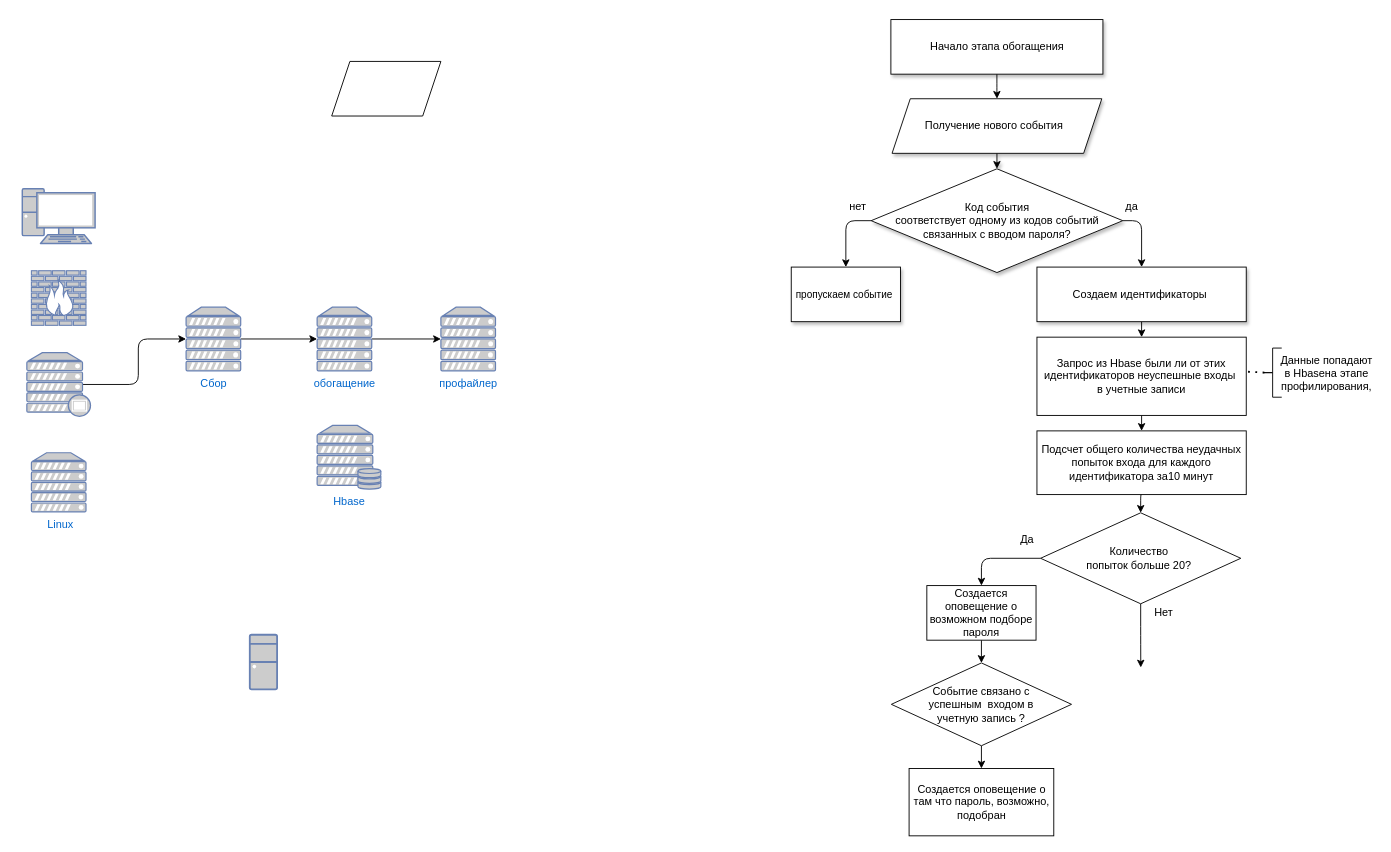
Before: page "Page-1" (1 of 3) of contrib/Untitled Diagram.drawio in zydyka/sigma, a draw.io diagram. Source tidied: cells renumbered, new cells numbered last; positions are measured from the earlier drawing's top-left corner, leaving out a move shared by most shapes. Both pictures are drawn from the tidied source at 91%, with x=0, y=0 at pixel (22, 19).
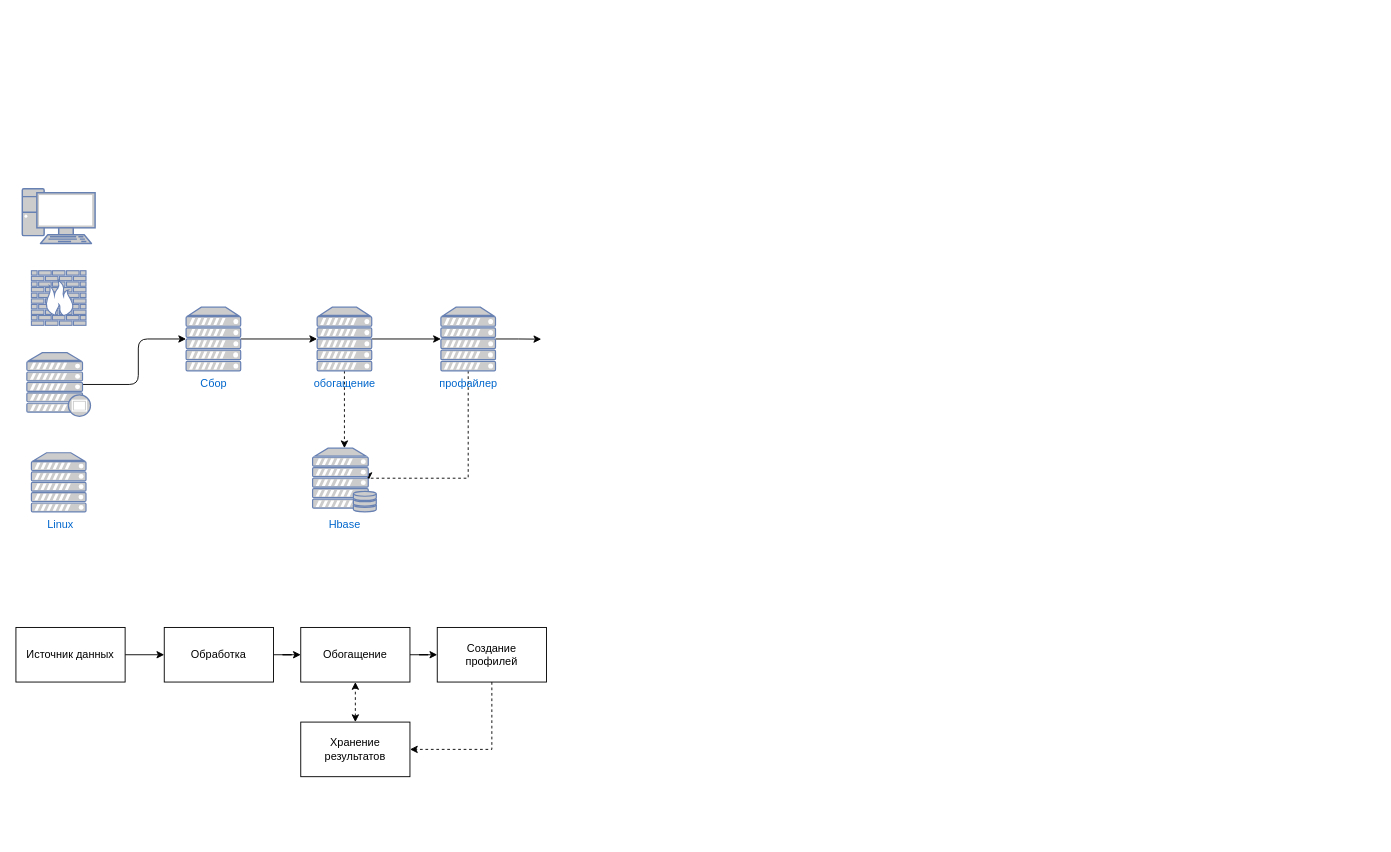
Above is the later version.

Unchanged cells that the change refers to:
```xml
<mxCell id="11" value="обогащение" style="fontColor=#0066CC;verticalAlign=top;verticalLabelPosition=bottom;labelPosition=center;align=center;html=1;outlineConnect=0;fillColor=#CCCCCC;strokeColor=#6881B3;gradientColor=none;gradientDirection=north;strokeWidth=2;shape=mxgraph.networks.server;" parent="1" vertex="1">
  <mxGeometry x="324" y="316" width="60" height="70" as="geometry" />
</mxCell>
<mxCell id="12" value="профайлер" style="fontColor=#0066CC;verticalAlign=top;verticalLabelPosition=bottom;labelPosition=center;align=center;html=1;outlineConnect=0;fillColor=#CCCCCC;strokeColor=#6881B3;gradientColor=none;gradientDirection=north;strokeWidth=2;shape=mxgraph.networks.server;" parent="1" vertex="1">
  <mxGeometry x="460" y="316" width="60" height="70" as="geometry" />
</mxCell>
```

What changed in the source:
```diff
@@
-    <mxCell id="8" style="fontColor=#0066CC;verticalAlign=top;verticalLabelPosition=bottom;labelPosition=center;align=center;html=1;fillColor=#CCCCCC;strokeColor=#6881B3;gradientColor=none;gradientDirection=north;strokeWidth=2;shape=mxgraph.networks.desktop_pc;" parent="1" vertex="1">
-      <mxGeometry x="250" y="676" width="30" height="60" as="geometry" />
-    </mxCell>
@@
+    <mxCell id="45" style="edgeStyle=orthogonalEdgeStyle;rounded=0;comic=0;sketch=0;jettySize=auto;html=1;exitX=0.5;exitY=1;exitDx=0;exitDy=0;exitPerimeter=0;shadow=0;dashed=1;" parent="1" edge="1" source="11" target="13">
+      <mxGeometry relative="1" as="geometry" />
+    </mxCell>
@@
+    <mxCell id="46" style="edgeStyle=orthogonalEdgeStyle;rounded=0;comic=0;sketch=0;jettySize=auto;html=1;exitX=1;exitY=0.5;exitDx=0;exitDy=0;exitPerimeter=0;shadow=0;" parent="1" edge="1" source="12">
+      <mxGeometry relative="1" as="geometry">
+        <mxPoint x="570.3" y="351.2" as="targetPoint" />
+      </mxGeometry>
+    </mxCell>
+    <mxCell id="47" style="edgeStyle=orthogonalEdgeStyle;rounded=0;comic=0;sketch=0;jettySize=auto;html=1;exitX=0.5;exitY=1;exitDx=0;exitDy=0;exitPerimeter=0;entryX=0.88;entryY=0.5;entryDx=0;entryDy=0;entryPerimeter=0;shadow=0;dashed=1;" parent="1" edge="1" source="12" target="13">
+      <mxGeometry relative="1" as="geometry">
+        <Array as="points">
+          <mxPoint x="490" y="504" />
+        </Array>
+      </mxGeometry>
+    </mxCell>
@@
     <mxCell id="13" value="Hbase" style="fontColor=#0066CC;verticalAlign=top;verticalLabelPosition=bottom;labelPosition=center;align=center;html=1;outlineConnect=0;fillColor=#CCCCCC;strokeColor=#6881B3;gradientColor=none;gradientDirection=north;strokeWidth=2;shape=mxgraph.networks.server_storage;" parent="1" vertex="1">
-      <mxGeometry x="324" y="446" width="70" height="70" as="geometry" />
+      <mxGeometry x="319" y="471" width="70" height="70" as="geometry" />
     </mxCell>
-    <mxCell id="14" style="edgeStyle=orthogonalEdgeStyle;jettySize=auto;html=1;exitX=0.5;exitY=1;exitDx=0;exitDy=0;entryX=0.5;entryY=0;entryDx=0;entryDy=0;entryPerimeter=0;shadow=1;" parent="1" edge="1" source="15" target="19">
-      <mxGeometry relative="1" as="geometry" />
-    </mxCell>
-    <mxCell id="15" value="Получение нового события&amp;nbsp;&amp;nbsp;" style="shape=parallelogram;perimeter=parallelogramPerimeter;whiteSpace=wrap;html=1;fixedSize=1;shadow=1;" parent="1" vertex="1">
-      <mxGeometry x="955.8" y="87" width="230.5" height="60" as="geometry" />
-    </mxCell>
-    <mxCell id="16" style="shape=parallelogram;perimeter=parallelogramPerimeter;whiteSpace=wrap;html=1;fixedSize=1;" parent="1" vertex="1">
-      <mxGeometry x="340" y="46" width="120" height="60" as="geometry" />
-    </mxCell>
-    <mxCell id="17" style="edgeStyle=orthogonalEdgeStyle;jettySize=auto;html=1;exitX=0;exitY=0.5;exitDx=0;exitDy=0;" parent="1" edge="1" source="19" target="24">
-      <mxGeometry relative="1" as="geometry" />
-    </mxCell>
-    <mxCell id="18" style="edgeStyle=orthogonalEdgeStyle;jettySize=auto;html=1;exitX=1;exitY=0.5;exitDx=0;exitDy=0;entryX=0.5;entryY=0;entryDx=0;entryDy=0;" parent="1" edge="1" source="19" target="22">
-      <mxGeometry relative="1" as="geometry" />
-    </mxCell>
-    <mxCell id="19" value="Код события&lt;br&gt;&amp;nbsp;соответствует одному из кодов событий&amp;nbsp;&lt;br&gt;связанных с вводом пароля?" style="rhombus;whiteSpace=wrap;html=1;shadow=1;" parent="1" vertex="1">
-      <mxGeometry x="932.8" y="164" width="276.5" height="114" as="geometry" />
-    </mxCell>
-    <mxCell id="20" value="нет" style="text;html=1;align=center;verticalAlign=middle;strokeColor=none;shadow=1;" parent="1" vertex="1">
-      <mxGeometry x="902.8" y="196" width="30" height="20" as="geometry" />
-    </mxCell>
-    <mxCell id="21" style="edgeStyle=orthogonalEdgeStyle;jettySize=auto;html=1;exitX=0.5;exitY=1;exitDx=0;exitDy=0;entryX=0.5;entryY=0;entryDx=0;entryDy=0;" parent="1" edge="1" source="22" target="31">
-      <mxGeometry relative="1" as="geometry" />
-    </mxCell>
-    <mxCell id="22" value="Создаем идентификаторы&amp;nbsp;" style="whiteSpace=wrap;html=1;shadow=1;" parent="1" vertex="1">
-      <mxGeometry x="1115" y="272" width="230" height="60" as="geometry" />
-    </mxCell>
-    <mxCell id="23" value="да" style="text;html=1;align=center;verticalAlign=middle;strokeColor=none;shadow=1;" parent="1" vertex="1">
-      <mxGeometry x="1204" y="196" width="30" height="20" as="geometry" />
-    </mxCell>
-    <mxCell id="24" value="&lt;span style=&quot;font-size: 11px ; background-color: rgb(255 , 255 , 255)&quot;&gt;пропускаем событие&amp;nbsp;&lt;/span&gt;" style="whiteSpace=wrap;html=1;shadow=1;" parent="1" vertex="1">
-      <mxGeometry x="845" y="272" width="120" height="60" as="geometry" />
-    </mxCell>
-    <mxCell id="25" style="edgeStyle=orthogonalEdgeStyle;jettySize=auto;html=1;exitX=0.5;exitY=1;exitDx=0;exitDy=0;" parent="1" edge="1" source="27">
-      <mxGeometry relative="1" as="geometry">
-        <mxPoint x="1229.1" y="712" as="targetPoint" />
-      </mxGeometry>
-    </mxCell>
-    <mxCell id="26" style="edgeStyle=orthogonalEdgeStyle;jettySize=auto;html=1;exitX=0;exitY=0.5;exitDx=0;exitDy=0;entryX=0.5;entryY=0;entryDx=0;entryDy=0;" parent="1" edge="1" source="27" target="37">
-      <mxGeometry relative="1" as="geometry" />
-    </mxCell>
-    <mxCell id="27" value="&lt;span&gt;Количество&amp;nbsp;&lt;br&gt;попыток больше&amp;nbsp;20?&amp;nbsp;&lt;br&gt;&lt;/span&gt;" style="rhombus;whiteSpace=wrap;html=1;shadow=0;fillColor=#ffffff;gradientColor=none;" parent="1" vertex="1">
-      <mxGeometry x="1119" y="542" width="220" height="100" as="geometry" />
-    </mxCell>
-    <mxCell id="28" style="edgeStyle=orthogonalEdgeStyle;jettySize=auto;html=1;exitX=0.5;exitY=1;exitDx=0;exitDy=0;" parent="1" edge="1" source="29" target="15">
-      <mxGeometry relative="1" as="geometry" />
-    </mxCell>
-    <mxCell id="29" value="&lt;span style=&quot;background-color: rgb(255 , 255 , 255)&quot;&gt;Начало этапа&amp;nbsp;&lt;/span&gt;обогащения" style="whiteSpace=wrap;html=1;shadow=1;fillColor=#ffffff;gradientColor=none;arcSize=50;" parent="1" vertex="1">
-      <mxGeometry x="954.5" width="233" height="60" as="geometry" />
-    </mxCell>
-    <mxCell id="30" style="edgeStyle=orthogonalEdgeStyle;jettySize=auto;html=1;exitX=0.5;exitY=1;exitDx=0;exitDy=0;entryX=0.5;entryY=0;entryDx=0;entryDy=0;" parent="1" edge="1" source="31" target="33">
-      <mxGeometry relative="1" as="geometry" />
-    </mxCell>
-    <mxCell id="31" value="Запрос из Hbase были ли от этих идентификаторов неуспешные входы&amp;nbsp;&lt;br&gt;в учетные записи&lt;br&gt;" style="whiteSpace=wrap;html=1;" parent="1" vertex="1">
-      <mxGeometry x="1115" y="349" width="230" height="86" as="geometry" />
-    </mxCell>
-    <mxCell id="32" style="edgeStyle=orthogonalEdgeStyle;jettySize=auto;html=1;exitX=0.5;exitY=1;exitDx=0;exitDy=0;entryX=0.5;entryY=0;entryDx=0;entryDy=0;" parent="1" edge="1" source="33" target="27">
-      <mxGeometry relative="1" as="geometry" />
-    </mxCell>
-    <mxCell id="33" value="Подсчет общего количества неудачных попыток входа для каждого идентификатора за10 минут" style="whiteSpace=wrap;html=1;" parent="1" vertex="1">
-      <mxGeometry x="1115" y="452" width="230" height="70" as="geometry" />
-    </mxCell>
-    <mxCell id="34" value="Да" style="text;html=1;align=center;verticalAlign=middle;strokeColor=none;" parent="1" vertex="1">
-      <mxGeometry x="1089" y="562" width="30" height="20" as="geometry" />
-    </mxCell>
-    <mxCell id="35" value="Нет" style="text;html=1;align=center;verticalAlign=middle;strokeColor=none;" parent="1" vertex="1">
-      <mxGeometry x="1234" y="642" width="40" height="20" as="geometry" />
-    </mxCell>
-    <mxCell id="36" style="edgeStyle=orthogonalEdgeStyle;jettySize=auto;html=1;exitX=0.5;exitY=1;exitDx=0;exitDy=0;entryX=0.5;entryY=0;entryDx=0;entryDy=0;" parent="1" edge="1" source="37" target="39">
-      <mxGeometry relative="1" as="geometry" />
-    </mxCell>
-    <mxCell id="37" value="Создается оповещение о возможном подборе пароля" style="whiteSpace=wrap;html=1;" parent="1" vertex="1">
-      <mxGeometry x="994" y="622" width="120" height="60" as="geometry" />
-    </mxCell>
-    <mxCell id="38" style="edgeStyle=orthogonalEdgeStyle;jettySize=auto;html=1;exitX=0.5;exitY=1;exitDx=0;exitDy=0;entryX=0.5;entryY=0;entryDx=0;entryDy=0;" parent="1" edge="1" source="39" target="40">
-      <mxGeometry relative="1" as="geometry" />
-    </mxCell>
-    <mxCell id="39" value="Событие связано с &lt;br&gt;успешным&amp;nbsp; входом в &lt;br&gt;учетную запись ?&lt;br&gt;" style="rhombus;whiteSpace=wrap;html=1;" parent="1" vertex="1">
-      <mxGeometry x="955" y="707" width="198" height="91" as="geometry" />
-    </mxCell>
-    <mxCell id="40" value="Создается оповещение о там что пароль, возможно, подобран" style="whiteSpace=wrap;html=1;" parent="1" vertex="1">
-      <mxGeometry x="974.5" y="823" width="159" height="74" as="geometry" />
-    </mxCell>
-    <mxCell id="41" style="endArrow=none;dashed=1;html=1;dashPattern=1 3;strokeWidth=2;entryX=0.1;entryY=0.5;entryDx=0;entryDy=0;entryPerimeter=0;" parent="1" edge="1" target="43">
-      <mxGeometry relative="1" as="geometry">
-        <mxPoint x="1347" y="387" as="sourcePoint" />
-      </mxGeometry>
-    </mxCell>
-    <mxCell id="42" style="group;" parent="1" vertex="1">
-      <mxGeometry x="1364" y="361" width="124" height="54" as="geometry" />
-    </mxCell>
-    <mxCell id="43" style="shape=curlyBracket;whiteSpace=wrap;html=1;" parent="42" vertex="1">
-      <mxGeometry width="20" height="54" as="geometry" />
-    </mxCell>
-    <mxCell id="44" value="Данные попадают &lt;br&gt;в Hbaseна этапе &lt;br&gt;профилирования,&lt;br&gt;" style="text;html=1;align=center;verticalAlign=middle;strokeColor=none;" parent="42" vertex="1">
-      <mxGeometry x="13" y="5" width="111" height="46" as="geometry" />
-    </mxCell>
+    <mxCell id="48" style="edgeStyle=orthogonalEdgeStyle;rounded=0;comic=0;sketch=0;jettySize=auto;html=1;shadow=0;" parent="1" edge="1" source="49" target="51">
+      <mxGeometry relative="1" as="geometry" />
+    </mxCell>
+    <mxCell id="49" value="Источник данных" style="rounded=0;whiteSpace=wrap;html=1;shadow=0;strokeColor=#000000;" parent="1" vertex="1">
+      <mxGeometry x="-7" y="668" width="120" height="60" as="geometry" />
+    </mxCell>
+    <mxCell id="50" style="edgeStyle=orthogonalEdgeStyle;rounded=0;comic=0;sketch=0;jettySize=auto;html=1;shadow=0;" parent="1" edge="1" source="51" target="53">
+      <mxGeometry relative="1" as="geometry" />
+    </mxCell>
+    <mxCell id="51" value="Обработка" style="rounded=0;whiteSpace=wrap;html=1;shadow=0;strokeColor=#000000;" parent="1" vertex="1">
+      <mxGeometry x="156" y="668" width="120" height="60" as="geometry" />
+    </mxCell>
+    <mxCell id="52" style="edgeStyle=orthogonalEdgeStyle;rounded=0;comic=0;sketch=0;jettySize=auto;html=1;shadow=0;" parent="1" edge="1" source="53" target="55">
+      <mxGeometry relative="1" as="geometry" />
+    </mxCell>
+    <mxCell id="53" value="Обогащение" style="rounded=0;whiteSpace=wrap;html=1;shadow=0;strokeColor=#000000;" parent="1" vertex="1">
+      <mxGeometry x="306" y="668" width="120" height="60" as="geometry" />
+    </mxCell>
+    <mxCell id="54" style="edgeStyle=orthogonalEdgeStyle;rounded=0;comic=0;sketch=0;jettySize=auto;html=1;exitX=0.5;exitY=1;exitDx=0;exitDy=0;entryX=1;entryY=0.5;entryDx=0;entryDy=0;shadow=0;dashed=1;jumpStyle=none;" parent="1" edge="1" source="55" target="57">
+      <mxGeometry relative="1" as="geometry" />
+    </mxCell>
+    <mxCell id="55" value="Создание&lt;br&gt;профилей" style="rounded=0;whiteSpace=wrap;html=1;shadow=0;strokeColor=#000000;" parent="1" vertex="1">
+      <mxGeometry x="456" y="668" width="120" height="60" as="geometry" />
+    </mxCell>
+    <mxCell id="56" style="edgeStyle=orthogonalEdgeStyle;rounded=0;comic=0;sketch=0;jettySize=auto;html=1;exitX=0.5;exitY=0;exitDx=0;exitDy=0;entryX=0.5;entryY=1;entryDx=0;entryDy=0;shadow=0;dashed=1;startArrow=classic;startFill=1;" parent="1" edge="1" source="57" target="53">
+      <mxGeometry relative="1" as="geometry" />
+    </mxCell>
+    <mxCell id="57" value="Хранение результатов" style="rounded=0;whiteSpace=wrap;html=1;shadow=0;strokeColor=#000000;" parent="1" vertex="1">
+      <mxGeometry x="306" y="772" width="120" height="60" as="geometry" />
+    </mxCell>
```
